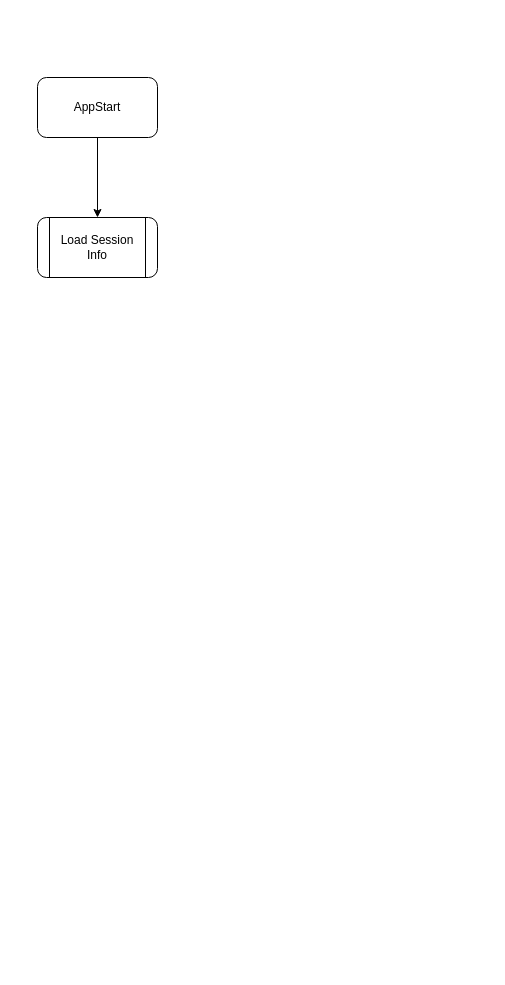
This is page "Page-1" (1 of 2) of architecture/Main Flow.drawio from SergiuSpirescu/SistemVotElectronic, a draw.io file, before an edit. Source tidied: cells renumbered, new cells numbered last; positions are measured from the earlier drawing's top-left corner, leaving out a move shared by most shapes. Both pictures are drawn from the tidied source at 100%, with x=0, y=0 at pixel (37, 77).
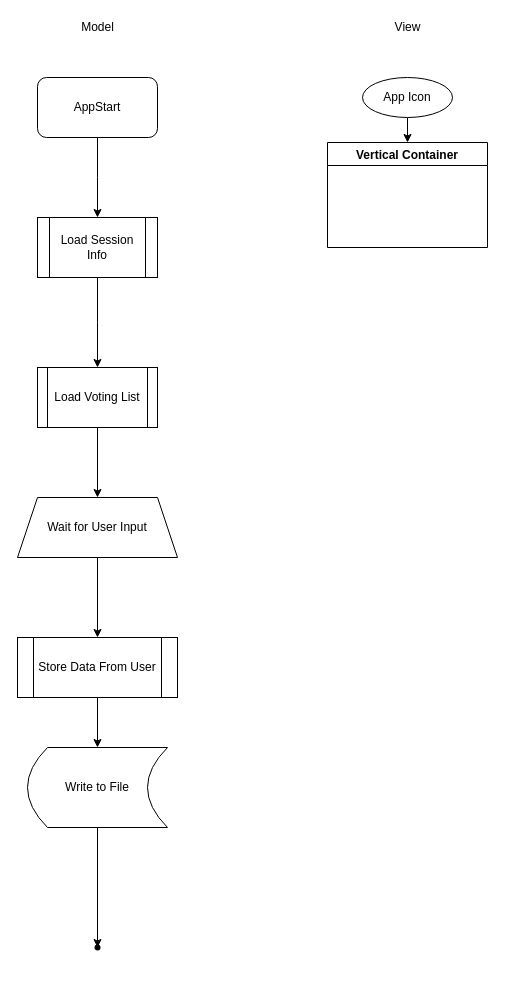
The same page after the edit.

Commit message:
Update Main Flow with Basic Steps

The change refers to these unchanged cells:
```xml
<mxCell id="3" value="AppStart" style="rounded=1;whiteSpace=wrap;html=1;" parent="1" vertex="1">
  <mxGeometry width="120" height="60" as="geometry" />
</mxCell>
```

What changed in the source:
```diff
@@
     <mxCell id="2" style="edgeStyle=orthogonalEdgeStyle;rounded=0;jettySize=auto;html=1;" parent="1" edge="1" source="3" target="4">
-      <mxGeometry relative="1" as="geometry" />
+      <mxGeometry relative="1" as="geometry">
+        <Array as="points">
+          <mxPoint x="60" y="100" />
+          <mxPoint x="60" y="100" />
+        </Array>
+      </mxGeometry>
     </mxCell>
@@
+    <mxCell id="5" style="edgeStyle=orthogonalEdgeStyle;rounded=0;jettySize=auto;html=1;" parent="1" edge="1" source="4">
+      <mxGeometry relative="1" as="geometry">
+        <mxPoint x="60" y="290" as="targetPoint" />
+      </mxGeometry>
+    </mxCell>
-    <mxCell id="4" value="Load Session Info" style="shape=process;whiteSpace=wrap;html=1;backgroundOutline=1;rounded=1;" parent="1" vertex="1">
+    <mxCell id="4" value="Load Session Info" style="shape=process;whiteSpace=wrap;html=1;backgroundOutline=1;rounded=0;glass=0;rotation=0;arcSize=0;" parent="1" vertex="1">
       <mxGeometry y="140" width="120" height="60" as="geometry" />
     </mxCell>
+    <mxCell id="6" style="edgeStyle=orthogonalEdgeStyle;rounded=0;jettySize=auto;html=1;exitX=0.5;exitY=1;exitDx=0;exitDy=0;" parent="1" edge="1" source="7">
+      <mxGeometry relative="1" as="geometry">
+        <mxPoint x="60" y="420" as="targetPoint" />
+        <Array as="points">
+          <mxPoint x="60" y="420" />
+          <mxPoint x="60" y="420" />
+        </Array>
+      </mxGeometry>
+    </mxCell>
+    <mxCell id="7" value="Load Voting List" style="shape=process;whiteSpace=wrap;html=1;backgroundOutline=1;size=0.08333333333333333;rounded=0;glass=0;arcSize=0;" parent="1" vertex="1">
+      <mxGeometry y="290" width="120" height="60" as="geometry" />
+    </mxCell>
+    <mxCell id="8" value="Model" style="text;html=1;align=center;verticalAlign=middle;strokeColor=none;fillColor=none;" parent="1" vertex="1">
+      <mxGeometry x="35" y="-60" width="50" height="20" as="geometry" />
+    </mxCell>
+    <mxCell id="9" value="View&lt;br&gt;" style="text;html=1;align=center;verticalAlign=middle;strokeColor=none;fillColor=none;" parent="1" vertex="1">
+      <mxGeometry x="350" y="-60" width="40" height="20" as="geometry" />
+    </mxCell>
+    <mxCell id="10" style="edgeStyle=orthogonalEdgeStyle;rounded=0;jettySize=auto;html=1;entryX=0.5;entryY=0;entryDx=0;entryDy=0;" parent="1" edge="1" source="11" target="12">
+      <mxGeometry relative="1" as="geometry" />
+    </mxCell>
+    <mxCell id="11" value="App Icon" style="ellipse;whiteSpace=wrap;html=1;rounded=0;glass=0;" parent="1" vertex="1">
+      <mxGeometry x="325" width="90" height="40" as="geometry" />
+    </mxCell>
+    <mxCell id="12" value="Vertical Container" style="swimlane;rounded=0;glass=0;" parent="1" vertex="1">
+      <mxGeometry x="290" y="65" width="160" height="105" as="geometry" />
+    </mxCell>
+    <mxCell id="13" style="edgeStyle=orthogonalEdgeStyle;rounded=0;jettySize=auto;html=1;elbow=vertical;" parent="1" edge="1" source="14" target="16">
+      <mxGeometry relative="1" as="geometry" />
+    </mxCell>
+    <mxCell id="14" value="Wait for User Input" style="shape=trapezoid;perimeter=trapezoidPerimeter;whiteSpace=wrap;html=1;fixedSize=1;rounded=0;glass=0;size=20;" parent="1" vertex="1">
+      <mxGeometry x="-20" y="420" width="160" height="60" as="geometry" />
+    </mxCell>
+    <mxCell id="15" style="edgeStyle=orthogonalEdgeStyle;rounded=0;jettySize=auto;html=1;exitX=0.5;exitY=1;exitDx=0;exitDy=0;entryX=0.5;entryY=0;entryDx=0;entryDy=0;elbow=vertical;" parent="1" edge="1" source="16" target="18">
+      <mxGeometry relative="1" as="geometry" />
+    </mxCell>
+    <mxCell id="16" value="Store Data From User" style="shape=process;whiteSpace=wrap;html=1;backgroundOutline=1;rounded=0;glass=0;" parent="1" vertex="1">
+      <mxGeometry x="-20" y="560" width="160" height="60" as="geometry" />
+    </mxCell>
+    <mxCell id="17" style="edgeStyle=orthogonalEdgeStyle;rounded=0;jettySize=auto;html=1;elbow=vertical;" parent="1" edge="1" source="18" target="19">
+      <mxGeometry relative="1" as="geometry" />
+    </mxCell>
+    <mxCell id="18" value="Write to File" style="shape=dataStorage;whiteSpace=wrap;html=1;fixedSize=1;rounded=0;glass=0;" parent="1" vertex="1">
+      <mxGeometry x="-10" y="670" width="140" height="80" as="geometry" />
+    </mxCell>
+    <mxCell id="19" style="shape=waypoint;sketch=0;size=6;points=[];fillColor=default;perimeter=centerPerimeter;snapToPoint=1;rounded=0;glass=0;" parent="1" vertex="1">
+      <mxGeometry x="40" y="850" width="40" height="40" as="geometry" />
+    </mxCell>
```
